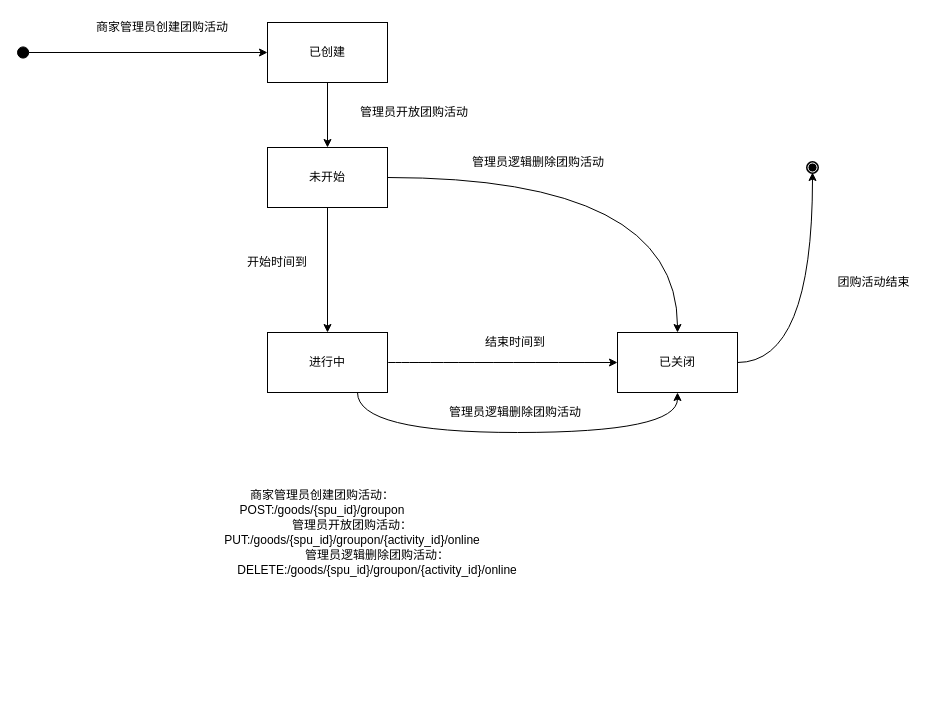
Before: group_on.drawio in app1echip/grams, a draw.io diagram. Source tidied: cells renumbered, new cells numbered last; positions are measured from the earlier drawing's top-left corner, leaving out a move shared by most shapes. Both pictures are drawn from the tidied source at 100%, with x=0, y=0 at pixel (17, 17).
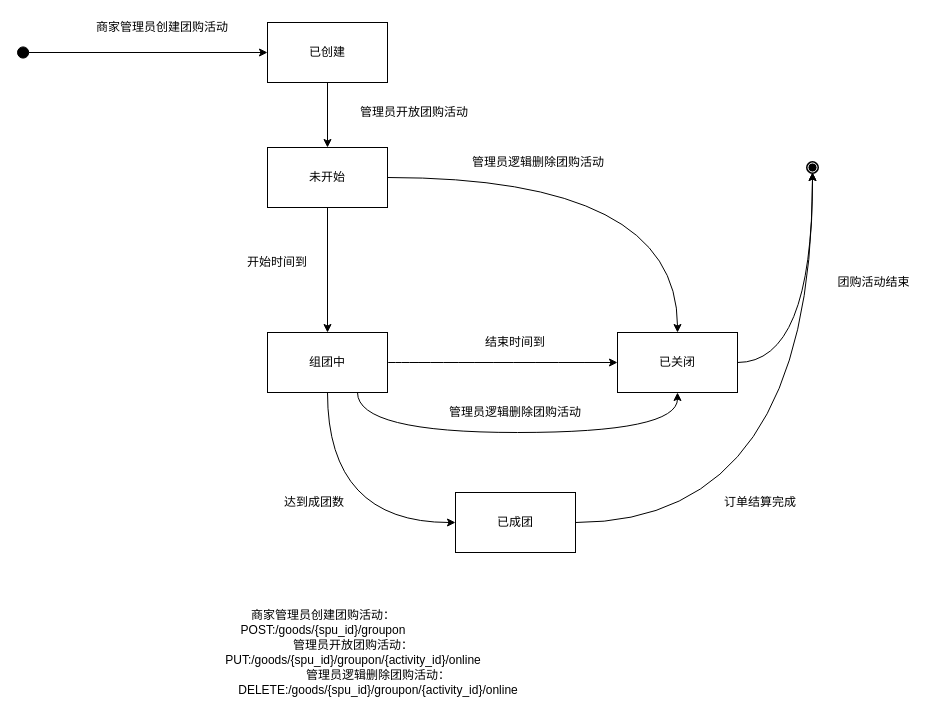
The same page after the edit.

The change refers to these unchanged cells:
```xml
<mxCell id="2" style="shape=mxgraph.bpmn.shape;html=1;verticalLabelPosition=bottom;labelBackgroundColor=#ffffff;verticalAlign=top;align=center;perimeter=ellipsePerimeter;outlineConnect=0;outline=end;symbol=terminate;shadow=0;" parent="1" vertex="1">
  <mxGeometry x="790" y="145" width="10" height="10" as="geometry" />
</mxCell>
```

Diff of the diagram source:
```diff
@@
+    <mxCell id="25" style="edgeStyle=orthogonalEdgeStyle;curved=1;rounded=0;jettySize=auto;html=1;" parent="1" edge="1" source="13" target="27">
+      <mxGeometry relative="1" as="geometry">
+        <Array as="points">
+          <mxPoint x="310" y="505" />
+        </Array>
+      </mxGeometry>
+    </mxCell>
-    <mxCell id="13" value="进行中" style="rounded=0;whiteSpace=wrap;html=1;shadow=0;fillColor=#FFFFFF;" parent="1" vertex="1">
+    <mxCell id="13" value="组团中" style="rounded=0;whiteSpace=wrap;html=1;shadow=0;fillColor=#FFFFFF;" parent="1" vertex="1">
       <mxGeometry x="250" y="315" width="120" height="60" as="geometry" />
     </mxCell>
@@
     <mxCell id="22" value="商家管理员创建团购活动：POST:/goods/{spu_id}/groupon" style="text;html=1;strokeColor=none;fillColor=none;align=center;verticalAlign=middle;whiteSpace=wrap;rounded=0;shadow=0;" parent="1" vertex="1">
-      <mxGeometry x="150" y="475" width="310" height="20" as="geometry" />
+      <mxGeometry x="151" y="595" width="310" height="20" as="geometry" />
     </mxCell>
     <mxCell id="23" value="管理员开放团购活动：PUT:/goods/{spu_id}/groupon/{activity_id}/online" style="text;html=1;strokeColor=none;fillColor=none;align=center;verticalAlign=middle;whiteSpace=wrap;rounded=0;" parent="1" vertex="1">
-      <mxGeometry x="150" y="505" width="370" height="20" as="geometry" />
+      <mxGeometry x="151" y="625" width="370" height="20" as="geometry" />
     </mxCell>
     <mxCell id="24" value="管理员逻辑删除团购活动：DELETE:/goods/{spu_id}/groupon/{activity_id}/online" style="text;html=1;strokeColor=none;fillColor=none;align=center;verticalAlign=middle;whiteSpace=wrap;rounded=0;shadow=0;" parent="1" vertex="1">
-      <mxGeometry x="150" y="535" width="420" height="20" as="geometry" />
+      <mxGeometry x="151" y="655" width="420" height="20" as="geometry" />
     </mxCell>
+    <mxCell id="26" style="edgeStyle=orthogonalEdgeStyle;curved=1;rounded=0;jettySize=auto;html=1;entryX=0.5;entryY=1;entryDx=0;entryDy=0;" parent="1" edge="1" source="27" target="2">
+      <mxGeometry relative="1" as="geometry" />
+    </mxCell>
+    <mxCell id="27" value="已成团" style="rounded=0;whiteSpace=wrap;html=1;" parent="1" vertex="1">
+      <mxGeometry x="438" y="475" width="120" height="60" as="geometry" />
+    </mxCell>
+    <mxCell id="28" value="达到成团数" style="text;html=1;strokeColor=none;fillColor=none;align=center;verticalAlign=middle;whiteSpace=wrap;rounded=0;shadow=0;" parent="1" vertex="1">
+      <mxGeometry x="254" y="475" width="86" height="20" as="geometry" />
+    </mxCell>
+    <mxCell id="29" value="订单结算完成" style="text;html=1;strokeColor=none;fillColor=none;align=center;verticalAlign=middle;whiteSpace=wrap;rounded=0;shadow=0;" parent="1" vertex="1">
+      <mxGeometry x="700" y="475" width="86" height="20" as="geometry" />
+    </mxCell>
```
